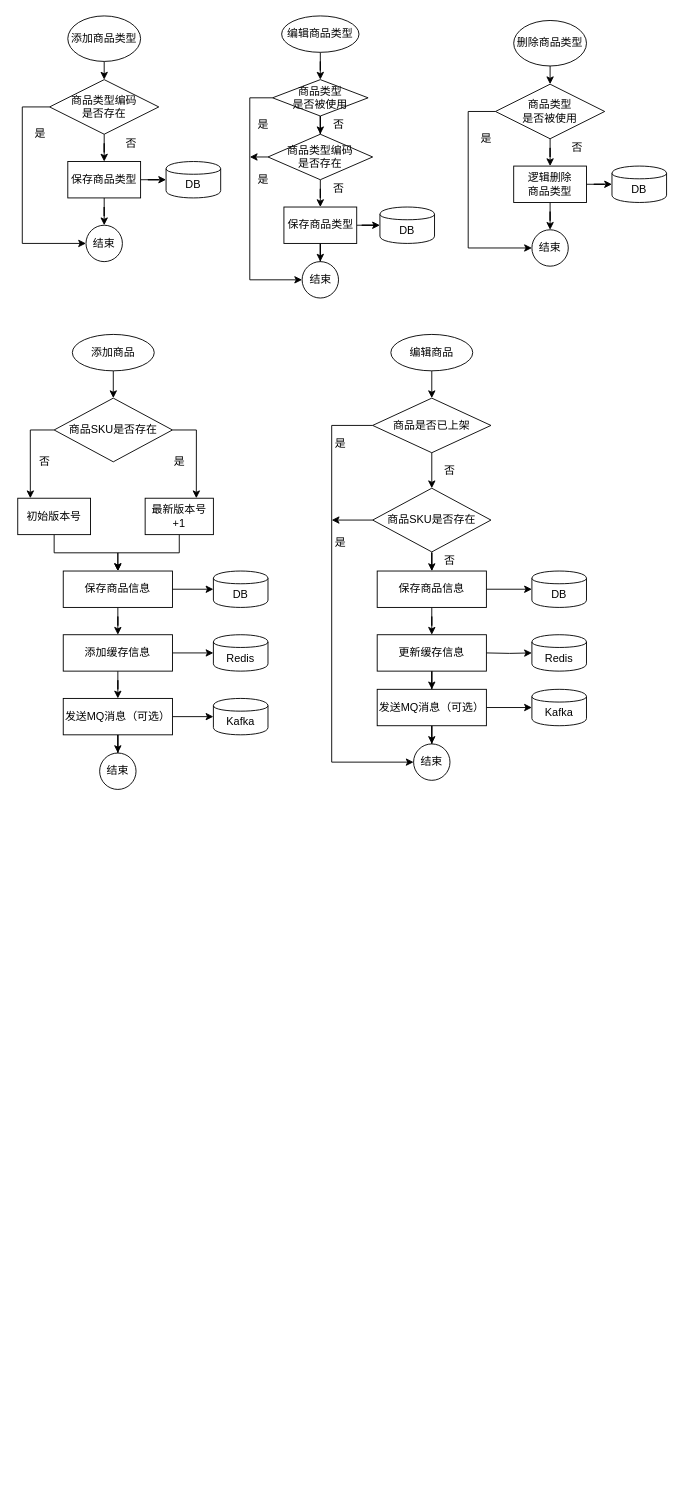
This is 商品订单流程设计.drawio from chenrushui/draw, a draw.io file, before an edit. Source tidied: cells renumbered, new cells numbered last; positions are measured from the earlier drawing's top-left corner, leaving out a move shared by most shapes. Both pictures are drawn from the tidied source at 91%, with x=0, y=0 at pixel (17, 15).
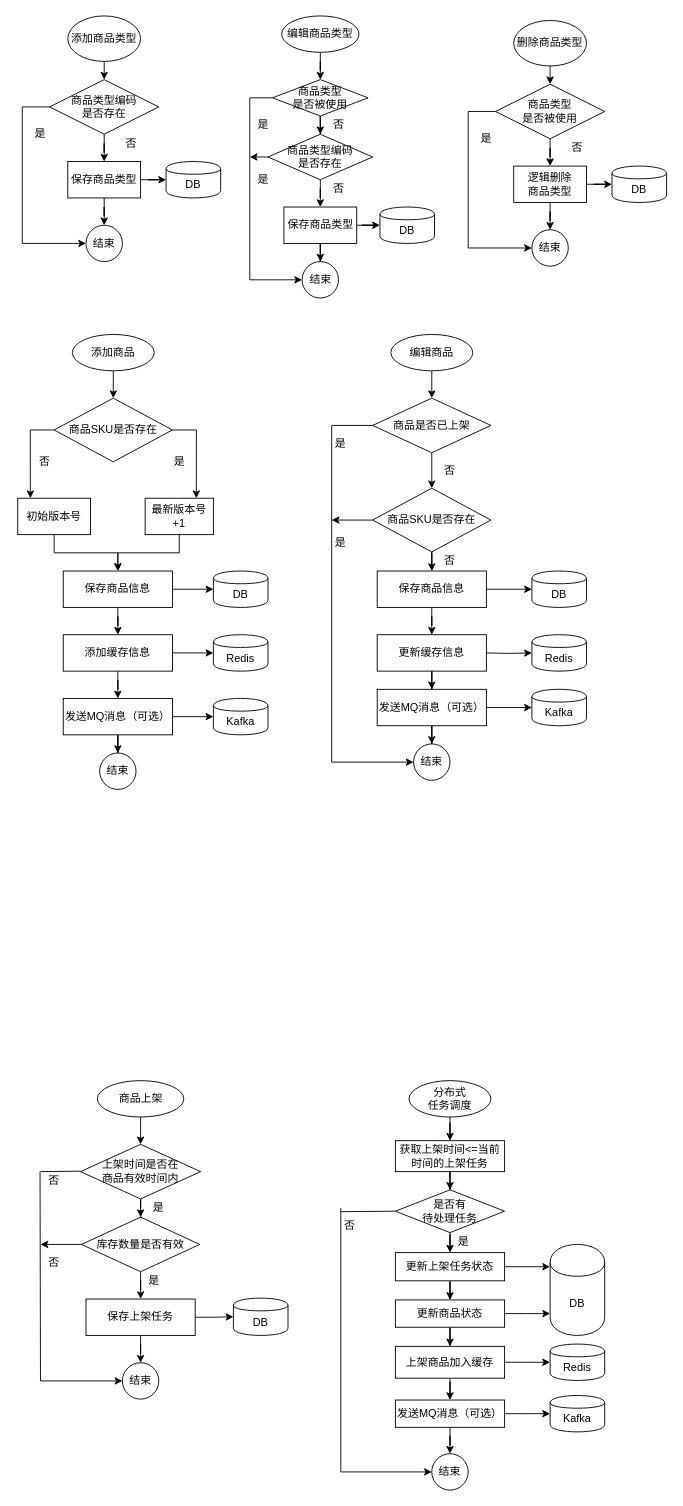
Above is the later version.

Commit message:
商品订单流程设计.drawio

What changed in the source:
```diff
@@
+    <mxCell id="100" style="edgeStyle=orthogonalEdgeStyle;rounded=0;jettySize=auto;html=1;exitX=0.5;exitY=1;exitDx=0;exitDy=0;entryX=0.5;entryY=0;entryDx=0;entryDy=0;" parent="1" edge="1" source="101" target="103">
+      <mxGeometry relative="1" as="geometry" />
+    </mxCell>
+    <mxCell id="101" value="商品上架" style="ellipse;whiteSpace=wrap;html=1;" parent="1" vertex="1">
+      <mxGeometry x="87.5" y="1170" width="95" height="40" as="geometry" />
+    </mxCell>
+    <mxCell id="102" style="edgeStyle=orthogonalEdgeStyle;rounded=0;jettySize=auto;html=1;entryX=0.5;entryY=0;entryDx=0;entryDy=0;" parent="1" edge="1" source="103" target="105">
+      <mxGeometry relative="1" as="geometry" />
+    </mxCell>
+    <mxCell id="103" value="上架时间是否在&lt;br&gt;商品有效时间内" style="rhombus;whiteSpace=wrap;html=1;" parent="1" vertex="1">
+      <mxGeometry x="69" y="1240" width="132" height="60" as="geometry" />
+    </mxCell>
+    <mxCell id="104" style="edgeStyle=orthogonalEdgeStyle;rounded=0;jettySize=auto;html=1;entryX=0.5;entryY=0;entryDx=0;entryDy=0;" parent="1" edge="1" source="105" target="108">
+      <mxGeometry relative="1" as="geometry" />
+    </mxCell>
+    <mxCell id="105" value="库存数量是否有效" style="rhombus;whiteSpace=wrap;html=1;" parent="1" vertex="1">
+      <mxGeometry x="70" y="1320" width="130" height="60" as="geometry" />
+    </mxCell>
+    <mxCell id="106" style="edgeStyle=orthogonalEdgeStyle;rounded=0;jettySize=auto;html=1;entryX=0.5;entryY=0;entryDx=0;entryDy=0;" parent="1" edge="1" source="108" target="110">
+      <mxGeometry relative="1" as="geometry" />
+    </mxCell>
+    <mxCell id="107" style="edgeStyle=orthogonalEdgeStyle;rounded=0;jettySize=auto;html=1;entryX=0;entryY=0.5;entryDx=0;entryDy=0;" parent="1" edge="1" source="108" target="109">
+      <mxGeometry relative="1" as="geometry" />
+    </mxCell>
+    <mxCell id="108" value="保存上架任务" style="rounded=0;whiteSpace=wrap;html=1;" parent="1" vertex="1">
+      <mxGeometry x="75" y="1410" width="120" height="40" as="geometry" />
+    </mxCell>
+    <mxCell id="109" value="DB" style="shape=cylinder;whiteSpace=wrap;html=1;boundedLbl=1;backgroundOutline=1;" parent="1" vertex="1">
+      <mxGeometry x="237" y="1409" width="60" height="41" as="geometry" />
+    </mxCell>
+    <mxCell id="110" value="结束" style="ellipse;whiteSpace=wrap;html=1;" parent="1" vertex="1">
+      <mxGeometry x="115" y="1480" width="40" height="40" as="geometry" />
+    </mxCell>
+    <mxCell id="111" style="endArrow=none;html=1;" parent="1" edge="1">
+      <mxGeometry relative="1" as="geometry">
+        <mxPoint x="25" y="1270" as="sourcePoint" />
+        <mxPoint x="69" y="1269.5" as="targetPoint" />
+      </mxGeometry>
+    </mxCell>
+    <mxCell id="112" style="endArrow=none;html=1;" parent="1" edge="1">
+      <mxGeometry relative="1" as="geometry">
+        <mxPoint x="25" y="1500" as="sourcePoint" />
+        <mxPoint x="24.5" y="1270" as="targetPoint" />
+      </mxGeometry>
+    </mxCell>
+    <mxCell id="113" style="endArrow=classic;html=1;entryX=0;entryY=0.5;entryDx=0;entryDy=0;" parent="1" edge="1" target="110">
+      <mxGeometry relative="1" as="geometry">
+        <mxPoint x="25" y="1500" as="sourcePoint" />
+      </mxGeometry>
+    </mxCell>
+    <mxCell id="114" style="endArrow=classic;html=1;exitX=0;exitY=0.5;exitDx=0;exitDy=0;" parent="1" edge="1" source="105">
+      <mxGeometry relative="1" as="geometry">
+        <mxPoint x="25" y="1350" as="targetPoint" />
+      </mxGeometry>
+    </mxCell>
+    <mxCell id="115" value="否" style="text;html=1;strokeColor=none;fillColor=none;align=center;verticalAlign=middle;whiteSpace=wrap;rounded=0;" parent="1" vertex="1">
+      <mxGeometry x="20" y="1270" width="40" height="20" as="geometry" />
+    </mxCell>
+    <mxCell id="116" value="否" style="text;html=1;strokeColor=none;fillColor=none;align=center;verticalAlign=middle;whiteSpace=wrap;rounded=0;" parent="1" vertex="1">
+      <mxGeometry x="20" y="1360" width="40" height="20" as="geometry" />
+    </mxCell>
+    <mxCell id="117" value="是" style="text;html=1;strokeColor=none;fillColor=none;align=center;verticalAlign=middle;whiteSpace=wrap;rounded=0;" parent="1" vertex="1">
+      <mxGeometry x="135" y="1300" width="40" height="20" as="geometry" />
+    </mxCell>
+    <mxCell id="118" value="是" style="text;html=1;strokeColor=none;fillColor=none;align=center;verticalAlign=middle;whiteSpace=wrap;rounded=0;" parent="1" vertex="1">
+      <mxGeometry x="130" y="1380" width="40" height="20" as="geometry" />
+    </mxCell>
+    <mxCell id="119" style="edgeStyle=orthogonalEdgeStyle;rounded=0;jettySize=auto;html=1;entryX=0.5;entryY=0;entryDx=0;entryDy=0;" parent="1" edge="1" source="120" target="122">
+      <mxGeometry relative="1" as="geometry" />
+    </mxCell>
+    <mxCell id="120" value="分布式&lt;br&gt;任务调度" style="ellipse;whiteSpace=wrap;html=1;" parent="1" vertex="1">
+      <mxGeometry x="430" y="1170" width="90" height="40" as="geometry" />
+    </mxCell>
+    <mxCell id="121" style="edgeStyle=orthogonalEdgeStyle;rounded=0;jettySize=auto;html=1;entryX=0.5;entryY=0;entryDx=0;entryDy=0;" parent="1" edge="1" source="122" target="124">
+      <mxGeometry relative="1" as="geometry" />
+    </mxCell>
+    <mxCell id="122" value="获取上架时间&amp;lt;=当前时间的上架任务" style="rounded=0;whiteSpace=wrap;html=1;" parent="1" vertex="1">
+      <mxGeometry x="415" y="1236" width="120" height="34" as="geometry" />
+    </mxCell>
+    <mxCell id="123" style="edgeStyle=orthogonalEdgeStyle;rounded=0;jettySize=auto;html=1;entryX=0.5;entryY=0;entryDx=0;entryDy=0;" parent="1" edge="1" source="124" target="127">
+      <mxGeometry relative="1" as="geometry" />
+    </mxCell>
+    <mxCell id="124" value="是否有&lt;br&gt;待处理任务" style="rhombus;whiteSpace=wrap;html=1;" parent="1" vertex="1">
+      <mxGeometry x="415" y="1290" width="120" height="47" as="geometry" />
+    </mxCell>
+    <mxCell id="125" style="edgeStyle=orthogonalEdgeStyle;rounded=0;jettySize=auto;html=1;entryX=0.5;entryY=0;entryDx=0;entryDy=0;" parent="1" edge="1" source="127" target="130">
+      <mxGeometry relative="1" as="geometry" />
+    </mxCell>
+    <mxCell id="126" style="edgeStyle=orthogonalEdgeStyle;rounded=0;jettySize=auto;html=1;" parent="1" edge="1" source="127">
+      <mxGeometry relative="1" as="geometry">
+        <mxPoint x="585" y="1374.5" as="targetPoint" />
+      </mxGeometry>
+    </mxCell>
+    <mxCell id="127" value="更新上架任务状态" style="rounded=0;whiteSpace=wrap;html=1;" parent="1" vertex="1">
+      <mxGeometry x="415" y="1359" width="120" height="31" as="geometry" />
+    </mxCell>
+    <mxCell id="128" style="edgeStyle=orthogonalEdgeStyle;rounded=0;jettySize=auto;html=1;entryX=0.5;entryY=0;entryDx=0;entryDy=0;" parent="1" edge="1" source="130" target="133">
+      <mxGeometry relative="1" as="geometry" />
+    </mxCell>
+    <mxCell id="129" style="edgeStyle=orthogonalEdgeStyle;rounded=0;jettySize=auto;html=1;" parent="1" edge="1" source="130">
+      <mxGeometry relative="1" as="geometry">
+        <mxPoint x="585" y="1426" as="targetPoint" />
+      </mxGeometry>
+    </mxCell>
+    <mxCell id="130" value="更新商品状态" style="rounded=0;whiteSpace=wrap;html=1;" parent="1" vertex="1">
+      <mxGeometry x="415" y="1411" width="120" height="30" as="geometry" />
+    </mxCell>
+    <mxCell id="131" style="edgeStyle=orthogonalEdgeStyle;rounded=0;jettySize=auto;html=1;" parent="1" edge="1" source="133" target="136">
+      <mxGeometry relative="1" as="geometry" />
+    </mxCell>
+    <mxCell id="132" style="edgeStyle=orthogonalEdgeStyle;rounded=0;jettySize=auto;html=1;" parent="1" edge="1" source="133">
+      <mxGeometry relative="1" as="geometry">
+        <mxPoint x="585" y="1479.5" as="targetPoint" />
+      </mxGeometry>
+    </mxCell>
+    <mxCell id="133" value="上架商品加入缓存" style="rounded=0;whiteSpace=wrap;html=1;" parent="1" vertex="1">
+      <mxGeometry x="415" y="1462" width="120" height="35" as="geometry" />
+    </mxCell>
+    <mxCell id="134" style="edgeStyle=orthogonalEdgeStyle;rounded=0;jettySize=auto;html=1;entryX=0.5;entryY=0;entryDx=0;entryDy=0;" parent="1" edge="1" source="136" target="140">
+      <mxGeometry relative="1" as="geometry" />
+    </mxCell>
+    <mxCell id="135" style="edgeStyle=orthogonalEdgeStyle;rounded=0;jettySize=auto;html=1;" parent="1" edge="1" source="136">
+      <mxGeometry relative="1" as="geometry">
+        <mxPoint x="585" y="1536" as="targetPoint" />
+      </mxGeometry>
+    </mxCell>
+    <mxCell id="136" value="发送MQ消息（可选）" style="rounded=0;whiteSpace=wrap;html=1;" parent="1" vertex="1">
+      <mxGeometry x="415" y="1521" width="120" height="30" as="geometry" />
+    </mxCell>
+    <mxCell id="137" value="DB" style="shape=cylinder;whiteSpace=wrap;html=1;boundedLbl=1;backgroundOutline=1;" parent="1" vertex="1">
+      <mxGeometry x="585" y="1350" width="60" height="100" as="geometry" />
+    </mxCell>
+    <mxCell id="138" value="Redis" style="shape=cylinder;whiteSpace=wrap;html=1;boundedLbl=1;backgroundOutline=1;" parent="1" vertex="1">
+      <mxGeometry x="585" y="1459.5" width="60" height="40" as="geometry" />
+    </mxCell>
+    <mxCell id="139" value="Kafka" style="shape=cylinder;whiteSpace=wrap;html=1;boundedLbl=1;backgroundOutline=1;" parent="1" vertex="1">
+      <mxGeometry x="585" y="1516" width="60" height="40" as="geometry" />
+    </mxCell>
+    <mxCell id="140" value="结束" style="ellipse;whiteSpace=wrap;html=1;" parent="1" vertex="1">
+      <mxGeometry x="455" y="1580" width="40" height="40" as="geometry" />
+    </mxCell>
+    <mxCell id="141" style="endArrow=none;html=1;entryX=0;entryY=0.5;entryDx=0;entryDy=0;" parent="1" edge="1" target="124">
+      <mxGeometry relative="1" as="geometry">
+        <mxPoint x="355" y="1314" as="sourcePoint" />
+      </mxGeometry>
+    </mxCell>
+    <mxCell id="142" style="endArrow=none;html=1;" parent="1" edge="1">
+      <mxGeometry relative="1" as="geometry">
+        <mxPoint x="355" y="1600" as="sourcePoint" />
+        <mxPoint x="355" y="1310" as="targetPoint" />
+      </mxGeometry>
+    </mxCell>
+    <mxCell id="143" style="endArrow=classic;html=1;entryX=0;entryY=0.5;entryDx=0;entryDy=0;" parent="1" edge="1" target="140">
+      <mxGeometry relative="1" as="geometry">
+        <mxPoint x="355" y="1600" as="sourcePoint" />
+      </mxGeometry>
+    </mxCell>
+    <mxCell id="144" value="否" style="text;html=1;strokeColor=none;fillColor=none;align=center;verticalAlign=middle;whiteSpace=wrap;rounded=0;" parent="1" vertex="1">
+      <mxGeometry x="345" y="1320" width="40" height="20" as="geometry" />
+    </mxCell>
+    <mxCell id="145" value="是" style="text;html=1;strokeColor=none;fillColor=none;align=center;verticalAlign=middle;whiteSpace=wrap;rounded=0;" parent="1" vertex="1">
+      <mxGeometry x="470" y="1337" width="40" height="20" as="geometry" />
+    </mxCell>
```
